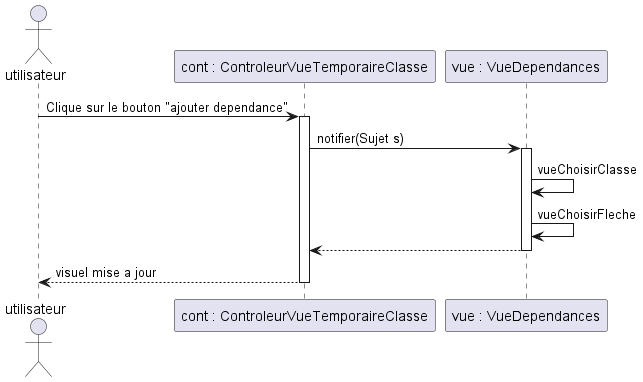
The PlantUML diagram document/5. sprint/DiagSegCreerDependances.png in dardenne8u/ObjectAid_SAE, before a commit.
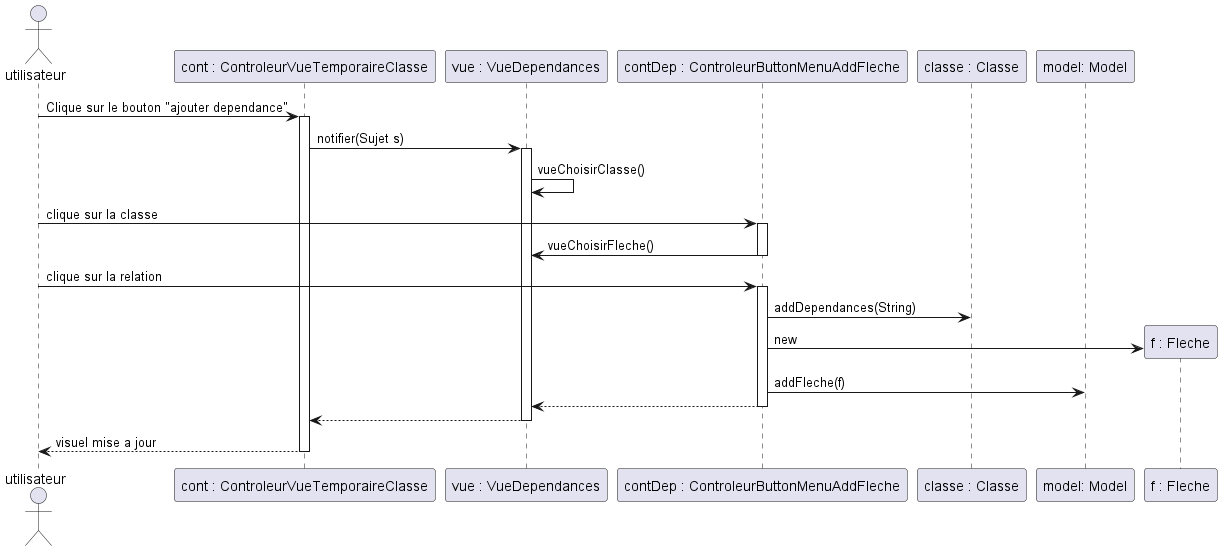
The same file after the commit.

Commit message:
Ajout de diagramme Sequence des flèches

Change to the diagram source:
```diff
@@ -2,14 +2,27 @@
 actor utilisateur
 participant "cont : ControleurVueTemporaireClasse" as cont
 participant "vue : VueDependances" as vue
-
+participant "contDep : ControleurButtonMenuAddFleche" as contDep
+participant "classe : Classe" as classe
+participant "model: Model" as mod
 utilisateur -> cont : Clique sur le bouton "ajouter dependance"
 activate cont
 
     cont -> vue : notifier(Sujet s)
     activate vue
-    vue -> vue : vueChoisirClasse
-    vue -> vue : vueChoisirFleche
+    vue -> vue : vueChoisirClasse()
+    utilisateur -> contDep : clique sur la classe
+    activate contDep
+    contDep -> vue : vueChoisirFleche()
+    deactivate contDep
+    utilisateur -> contDep : clique sur la relation
+    activate contDep
+    contDep -> classe : addDependances(String)
+    create "f : Fleche" as f
+    contDep -> f : new
+    contDep -> mod : addFleche(f)
+    contDep --> vue
+    deactivate contDep
     cont <-- vue
     deactivate vue
 
```
